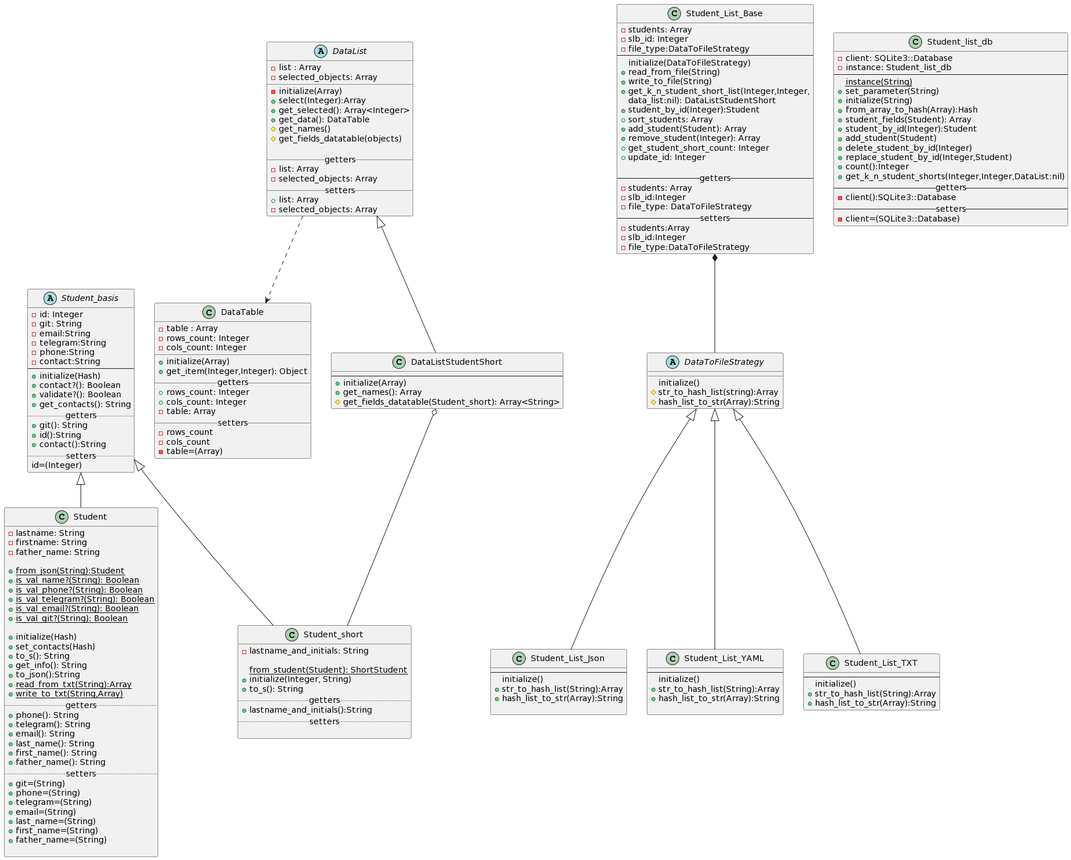
Before: lab2/diagrams/student_diagrams.png, a diagram exported from PlantUML (ColdEiler/pattern).
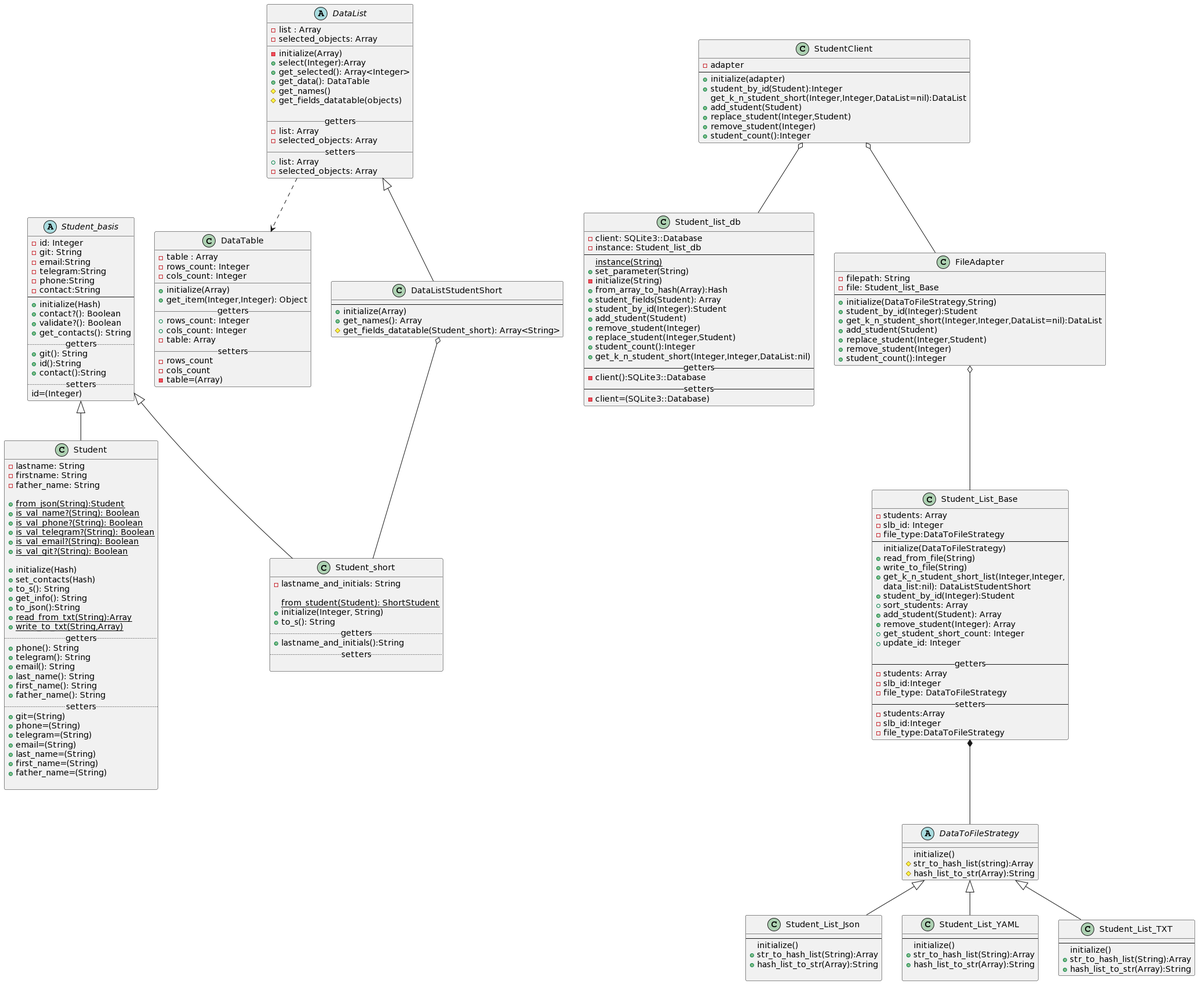
Later version of the same file.

The edit, as a diff of the source:
```diff
@@ -177,18 +177,46 @@
     --
     {static}instance(String)
     +set_parameter(String)
-    +initialize(String)
+    -initialize(String)
     +from_array_to_hash(Array):Hash
     +student_fields(Student): Array
     +student_by_id(Integer):Student
     +add_student(Student)
-    +delete_student_by_id(Integer)
-    +replace_student_by_id(Integer,Student)
-    +count():Integer
-    +get_k_n_student_shorts(Integer,Integer,DataList:nil)
+    +remove_student(Integer)
+    +replace_student(Integer,Student)
+    +student_count():Integer
+    +get_k_n_student_short(Integer,Integer,DataList:nil)
     --getters--
     -client():SQLite3::Database
     --setters--
     -client=(SQLite3::Database)
 }
+
+class FileAdapter{
+    -filepath: String
+    -file: Student_list_Base
+    --
+    +initialize(DataToFileStrategy,String)
+    +student_by_id(Integer):Student
+    +get_k_n_student_short(Integer,Integer,DataList=nil):DataList
+    +add_student(Student)
+    +replace_student(Integer,Student)
+    +remove_student(Integer)
+    +student_count():Integer
+}
+FileAdapter o-- Student_List_Base
+
+class StudentClient{
+    -adapter
+    --
+    +initialize(adapter)
+    +student_by_id(Student):Integer
+    get_k_n_student_short(Integer,Integer,DataList=nil):DataList
+    +add_student(Student)
+    +replace_student(Integer,Student)
+    +remove_student(Integer)
+    +student_count():Integer
+}
+StudentClient o-- FileAdapter
+StudentClient o-- Student_list_db
 @enduml
```
